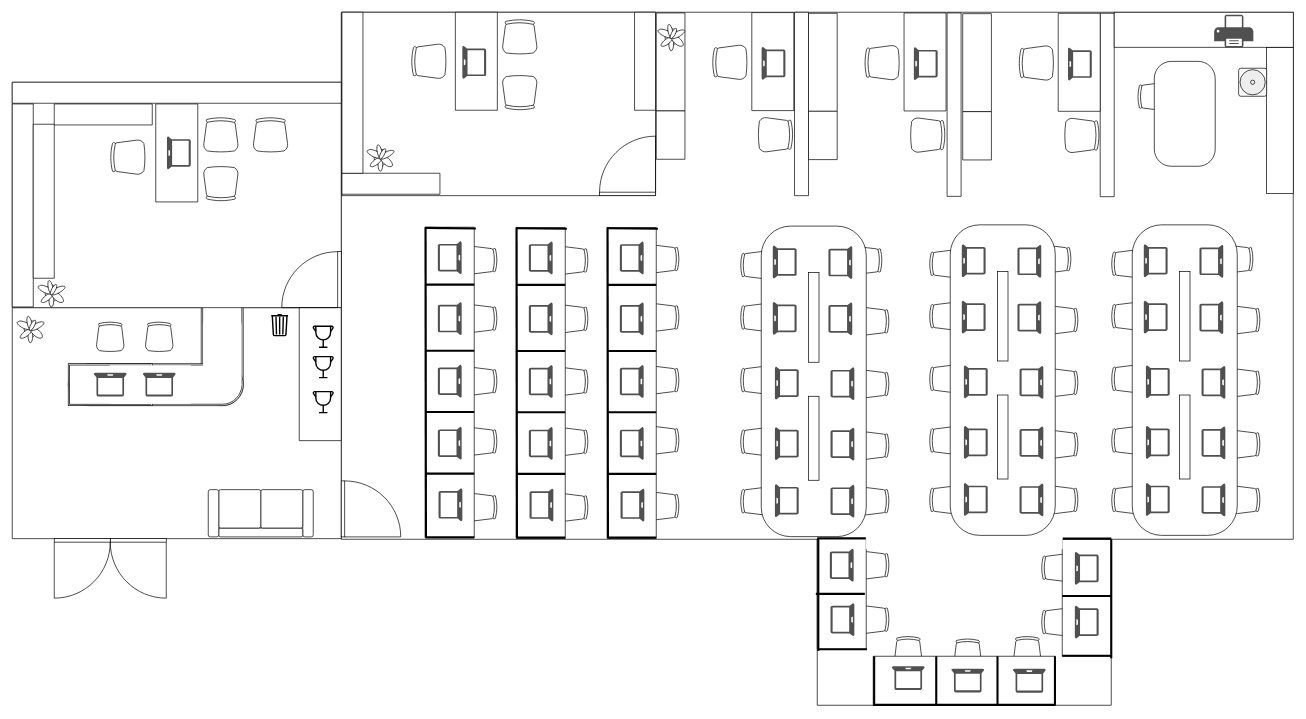
Earlier version of the draw.io diagram OLD Floor layout.drawio (Bagay-0037/visuals). Source tidied: cells renumbered, new cells numbered last; positions are measured from the earlier drawing's top-left corner, leaving out a move shared by most shapes. Both pictures are drawn from the tidied source at 70%, with x=0, y=0 at pixel (12, 12).
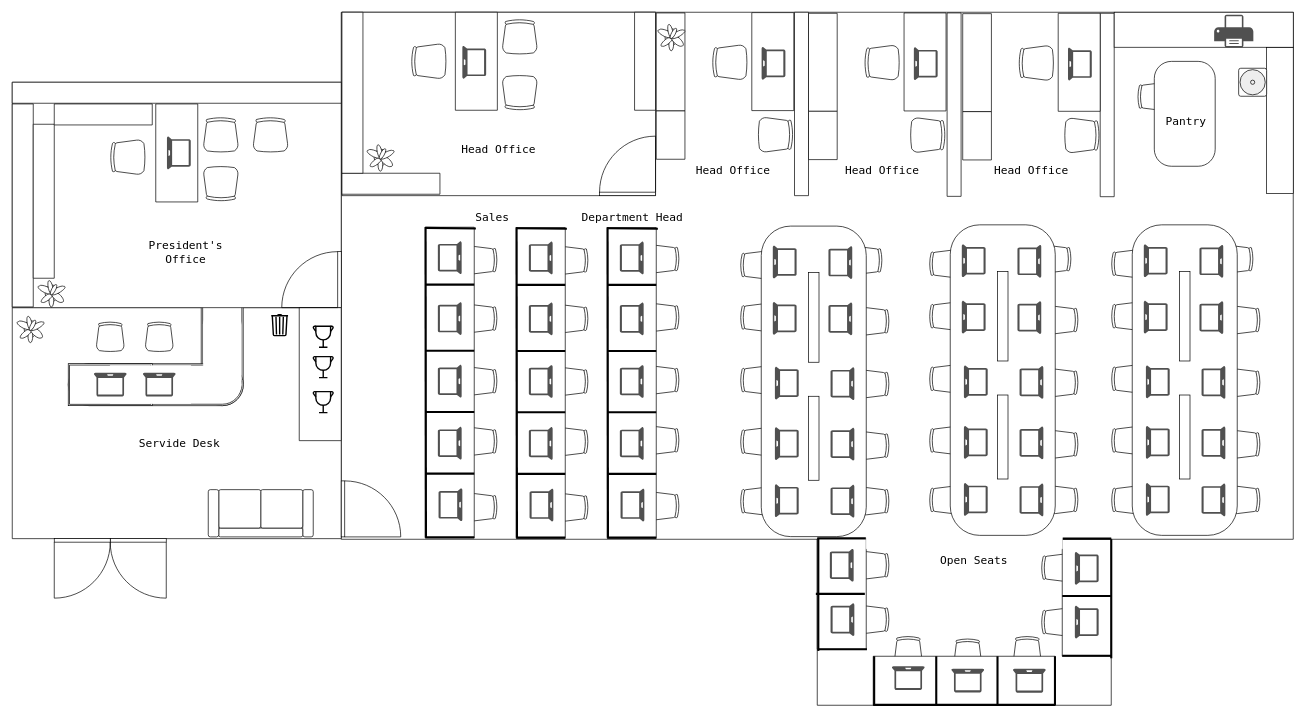
After the change.

Change to the diagram source:
```diff
@@
+    <mxCell id="230" value="&lt;font face=&quot;Lucida Console&quot; style=&quot;font-size: 16px;&quot;&gt;President's Office&lt;/font&gt;" style="text;html=1;whiteSpace=wrap;strokeColor=none;fillColor=none;align=center;verticalAlign=middle;rounded=0;" parent="1" vertex="1">
+      <mxGeometry x="173" y="327.1" width="150" height="30" as="geometry" />
+    </mxCell>
+    <mxCell id="231" value="&lt;font face=&quot;Lucida Console&quot; style=&quot;font-size: 16px;&quot;&gt;Head Office&lt;/font&gt;" style="text;html=1;whiteSpace=wrap;strokeColor=none;fillColor=none;align=center;verticalAlign=middle;rounded=0;" parent="1" vertex="1">
+      <mxGeometry x="620" y="181" width="150" height="30" as="geometry" />
+    </mxCell>
+    <mxCell id="232" value="&lt;font face=&quot;Lucida Console&quot; style=&quot;font-size: 16px;&quot;&gt;Head Office&lt;/font&gt;" style="text;html=1;whiteSpace=wrap;strokeColor=none;fillColor=none;align=center;verticalAlign=middle;rounded=0;" parent="1" vertex="1">
+      <mxGeometry x="954.5" y="211" width="150" height="30" as="geometry" />
+    </mxCell>
+    <mxCell id="233" value="&lt;font face=&quot;Lucida Console&quot; style=&quot;font-size: 16px;&quot;&gt;Head Office&lt;/font&gt;" style="text;html=1;whiteSpace=wrap;strokeColor=none;fillColor=none;align=center;verticalAlign=middle;rounded=0;" parent="1" vertex="1">
+      <mxGeometry x="1167.5" y="211" width="150" height="30" as="geometry" />
+    </mxCell>
+    <mxCell id="234" value="&lt;font face=&quot;Lucida Console&quot; style=&quot;font-size: 16px;&quot;&gt;Head Office&lt;/font&gt;" style="text;html=1;whiteSpace=wrap;strokeColor=none;fillColor=none;align=center;verticalAlign=middle;rounded=0;" parent="1" vertex="1">
+      <mxGeometry x="1381" y="211" width="150" height="30" as="geometry" />
+    </mxCell>
+    <mxCell id="235" value="&lt;font face=&quot;Lucida Console&quot; style=&quot;font-size: 16px;&quot;&gt;Pantry&lt;/font&gt;" style="text;html=1;whiteSpace=wrap;strokeColor=none;fillColor=none;align=center;verticalAlign=middle;rounded=0;" parent="1" vertex="1">
+      <mxGeometry x="1602" y="139.7" width="150" height="30" as="geometry" />
+    </mxCell>
+    <mxCell id="236" value="&lt;font face=&quot;Lucida Console&quot; style=&quot;font-size: 16px;&quot;&gt;Servide Desk&lt;/font&gt;" style="text;html=1;whiteSpace=wrap;strokeColor=none;fillColor=none;align=center;verticalAlign=middle;rounded=0;" parent="1" vertex="1">
+      <mxGeometry x="163.5" y="600.6" width="150" height="30" as="geometry" />
+    </mxCell>
+    <mxCell id="237" value="&lt;font face=&quot;Lucida Console&quot; style=&quot;font-size: 16px;&quot;&gt;Sales&lt;/font&gt;" style="text;html=1;whiteSpace=wrap;strokeColor=none;fillColor=none;align=center;verticalAlign=middle;rounded=0;" parent="1" vertex="1">
+      <mxGeometry x="611" y="277.5" width="150" height="30" as="geometry" />
+    </mxCell>
+    <mxCell id="238" value="&lt;font face=&quot;Lucida Console&quot; style=&quot;font-size: 16px;&quot;&gt;Department Head&lt;/font&gt;" style="text;html=1;whiteSpace=wrap;strokeColor=none;fillColor=none;align=center;verticalAlign=middle;rounded=0;" parent="1" vertex="1">
+      <mxGeometry x="811" y="277.5" width="150" height="30" as="geometry" />
+    </mxCell>
+    <mxCell id="239" value="&lt;font face=&quot;Lucida Console&quot; style=&quot;font-size: 16px;&quot;&gt;Open Seats&lt;/font&gt;" style="text;html=1;whiteSpace=wrap;strokeColor=none;fillColor=none;align=center;verticalAlign=middle;rounded=0;" parent="1" vertex="1">
+      <mxGeometry x="1298.5" y="766.5" width="150" height="30" as="geometry" />
+    </mxCell>
```
